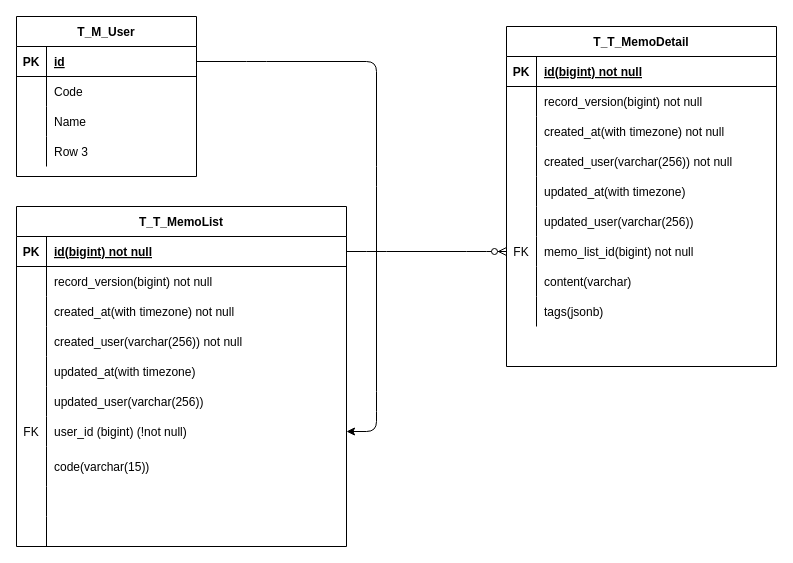
The draw.io diagram database/er/memo.drawio in ta9mi-github/memo, before the edit. Source tidied: cells renumbered, new cells numbered last; positions are measured from the earlier drawing's top-left corner, leaving out a move shared by most shapes. Both pictures are drawn from the tidied source at 100%, with x=0, y=0 at pixel (16, 16).
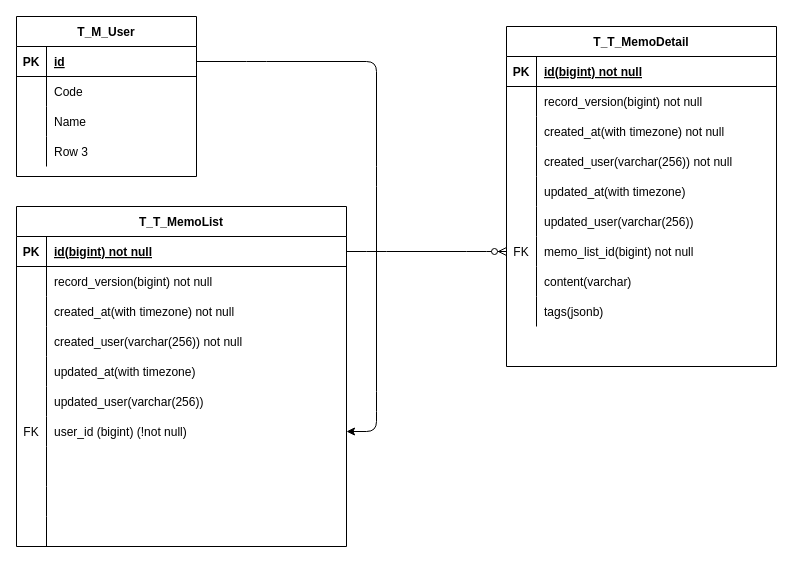
The same diagram, later.

Commit message (it also covers changes not shown here):
シーケンステーブル作成クエリ追加

Unchanged cells that the change refers to:
```xml
<mxCell id="37" style="shape=partialRectangle;fillColor=none;top=0;left=0;bottom=0;right=0;" parent="15" vertex="1">
  <mxGeometry y="240" width="330" height="40" as="geometry" />
</mxCell>
```

The edit, as a diff of the source:
```diff
@@
-    <mxCell id="39" value="code(varchar(15))" style="shape=partialRectangle;fillColor=none;top=0;left=0;bottom=0;right=0;align=left;spacingLeft=6;overflow=hidden;" parent="37" vertex="1">
+    <mxCell id="39" style="shape=partialRectangle;fillColor=none;top=0;left=0;bottom=0;right=0;align=left;spacingLeft=6;overflow=hidden;" parent="37" vertex="1">
       <mxGeometry x="30" width="300" height="40" as="geometry" />
     </mxCell>
```
